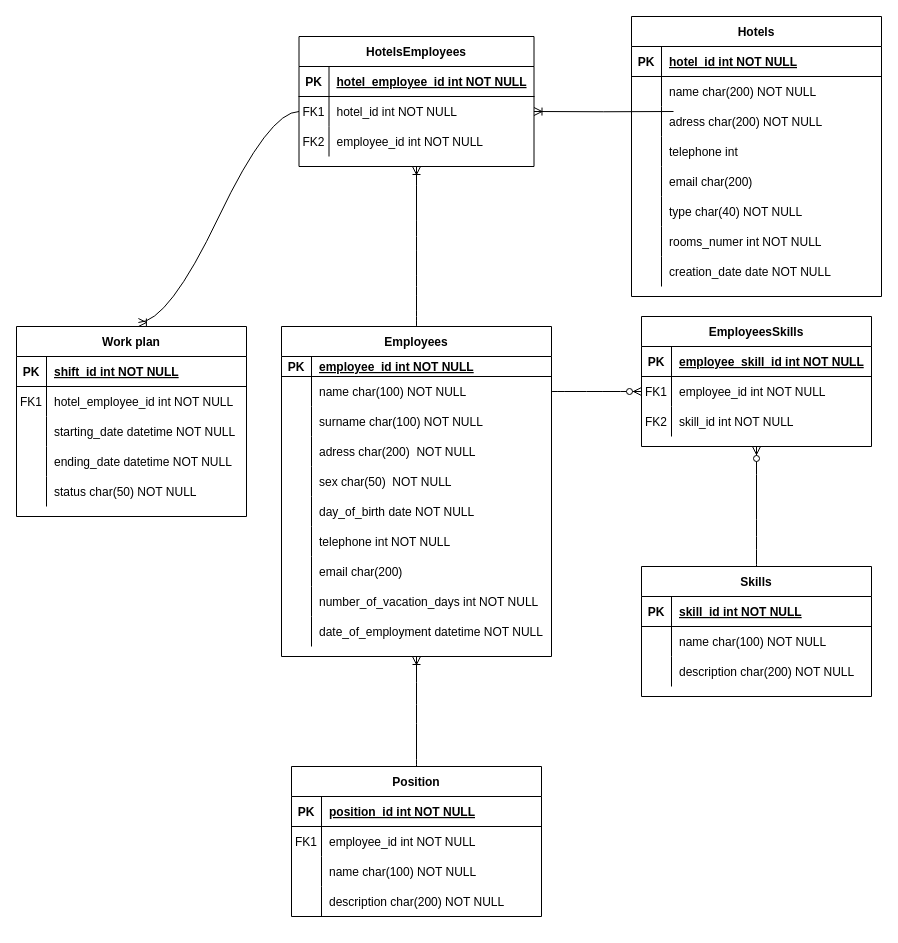
Above: Untitled Diagram.drawio in KrzysiekJa/Hotel-Personel-Management-DB-System (draw.io), before the change. Source tidied: cells renumbered, new cells numbered last; positions are measured from the earlier drawing's top-left corner, leaving out a move shared by most shapes. Both pictures are drawn from the tidied source at 100%, with x=0, y=0 at pixel (16, 16).
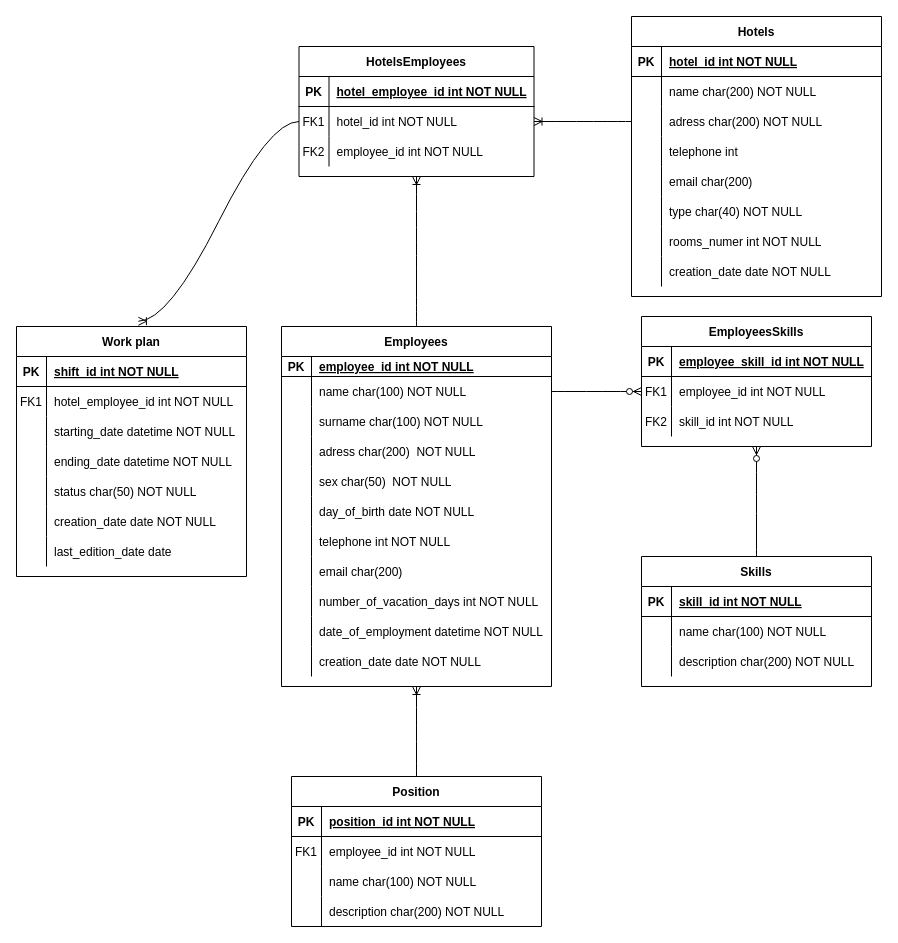
The same page after the edit.

The change refers to these unchanged cells:
```xml
<mxCell id="9" style="shape=partialRectangle;fillColor=none;points=[[0,0.5],[1,0.5]];portConstraint=eastwest;top=0;left=0;right=0;bottom=0;" parent="2" vertex="1">
  <mxGeometry y="90" width="250" height="30" as="geometry" />
</mxCell>
<mxCell id="116" style="shape=tableRow;horizontal=0;startSize=0;swimlaneHead=0;swimlaneBody=0;fillColor=none;points=[[0,0.5],[1,0.5]];portConstraint=eastwest;top=0;left=0;right=0;bottom=0;" parent="112" vertex="1">
  <mxGeometry y="60" width="235" height="30" as="geometry" />
</mxCell>
```

The edit, as a diff of the source:
```diff
@@
     <mxCell id="27" value="Employees" style="shape=table;startSize=30;childLayout=tableLayout;rowLines=0;fontStyle=1;align=center;" parent="1" vertex="1">
-      <mxGeometry x="265" y="310" width="270" height="330" as="geometry" />
+      <mxGeometry x="265" y="310" width="270" height="360" as="geometry" />
     </mxCell>
@@
+    <mxCell id="123" style="shape=partialRectangle;fillColor=none;top=0;left=0;right=0;bottom=0;" parent="27" vertex="1">
+      <mxGeometry y="320" width="270" height="30" as="geometry" />
+    </mxCell>
+    <mxCell id="124" style="shape=partialRectangle;overflow=hidden;fillColor=none;top=0;left=0;bottom=0;right=0;" parent="123" vertex="1">
+      <mxGeometry width="30" height="30" as="geometry" />
+    </mxCell>
+    <mxCell id="125" value="creation_date date NOT NULL" style="shape=partialRectangle;overflow=hidden;fillColor=none;top=0;left=0;bottom=0;right=0;align=left;spacingLeft=6;" parent="123" vertex="1">
+      <mxGeometry x="30" width="240" height="30" as="geometry" />
+    </mxCell>
     <mxCell id="58" value="Position" style="shape=table;startSize=30;childLayout=tableLayout;rowLines=0;fontStyle=1;align=center;" parent="1" vertex="1">
-      <mxGeometry x="275" y="750" width="250" height="150" as="geometry" />
+      <mxGeometry x="275" y="760" width="250" height="150" as="geometry" />
     </mxCell>
@@
     <mxCell id="73" value="Skills" style="shape=table;startSize=30;childLayout=tableLayout;rowLines=0;fontStyle=1;align=center;" parent="1" vertex="1">
-      <mxGeometry x="625" y="550" width="230" height="130" as="geometry" />
+      <mxGeometry x="625" y="540" width="230" height="130" as="geometry" />
     </mxCell>
@@
     <mxCell id="95" value="Work plan" style="shape=table;startSize=30;childLayout=tableLayout;rowLines=0;fontStyle=1;align=center;" parent="1" vertex="1">
-      <mxGeometry y="310" width="230" height="190" as="geometry" />
+      <mxGeometry y="310" width="230" height="250" as="geometry" />
     </mxCell>
@@
+    <mxCell id="126" style="shape=tableRow;horizontal=0;startSize=0;swimlaneHead=0;swimlaneBody=0;fillColor=none;top=0;left=0;right=0;bottom=0;" parent="95" vertex="1">
+      <mxGeometry y="180" width="230" height="30" as="geometry" />
+    </mxCell>
+    <mxCell id="127" style="shape=partialRectangle;fillColor=none;top=0;left=0;bottom=0;right=0;overflow=hidden;" parent="126" vertex="1">
+      <mxGeometry width="30" height="30" as="geometry" />
+    </mxCell>
+    <mxCell id="128" value="creation_date date NOT NULL" style="shape=partialRectangle;fillColor=none;top=0;left=0;bottom=0;right=0;align=left;spacingLeft=6;overflow=hidden;" parent="126" vertex="1">
+      <mxGeometry x="30" width="200" height="30" as="geometry" />
+    </mxCell>
+    <mxCell id="129" style="shape=tableRow;horizontal=0;startSize=0;swimlaneHead=0;swimlaneBody=0;fillColor=none;top=0;left=0;right=0;bottom=0;" parent="95" vertex="1">
+      <mxGeometry y="210" width="230" height="30" as="geometry" />
+    </mxCell>
+    <mxCell id="130" style="shape=partialRectangle;fillColor=none;top=0;left=0;bottom=0;right=0;overflow=hidden;" parent="129" vertex="1">
+      <mxGeometry width="30" height="30" as="geometry" />
+    </mxCell>
+    <mxCell id="131" value="last_edition_date date" style="shape=partialRectangle;fillColor=none;top=0;left=0;bottom=0;right=0;align=left;spacingLeft=6;overflow=hidden;" parent="129" vertex="1">
+      <mxGeometry x="30" width="200" height="30" as="geometry" />
+    </mxCell>
@@
     <mxCell id="112" value="HotelsEmployees" style="shape=table;startSize=30;childLayout=tableLayout;rowLines=0;fontStyle=1;align=center;" parent="1" vertex="1">
-      <mxGeometry x="282.5" y="20" width="235" height="130" as="geometry" />
+      <mxGeometry x="282.5" y="30" width="235" height="130" as="geometry" />
     </mxCell>
@@
-    <mxCell id="122" style="edgeStyle=orthogonalEdgeStyle;fontSize=12;html=1;endArrow=ERoneToMany;rounded=0;curved=1;exitX=0.008;exitY=0.167;exitDx=0;exitDy=0;entryX=1;entryY=0.5;entryDx=0;entryDy=0;exitPerimeter=0;" parent="1" edge="1" target="116">
-      <mxGeometry relative="1" as="geometry">
-        <mxPoint x="657" y="95" as="sourcePoint" />
-      </mxGeometry>
+    <mxCell id="122" style="edgeStyle=orthogonalEdgeStyle;fontSize=12;html=1;endArrow=ERoneToMany;rounded=0;curved=1;exitX=0;exitY=0.5;exitDx=0;exitDy=0;entryX=1;entryY=0.5;entryDx=0;entryDy=0;" parent="1" edge="1" source="9" target="116">
+      <mxGeometry relative="1" as="geometry" />
     </mxCell>
```
